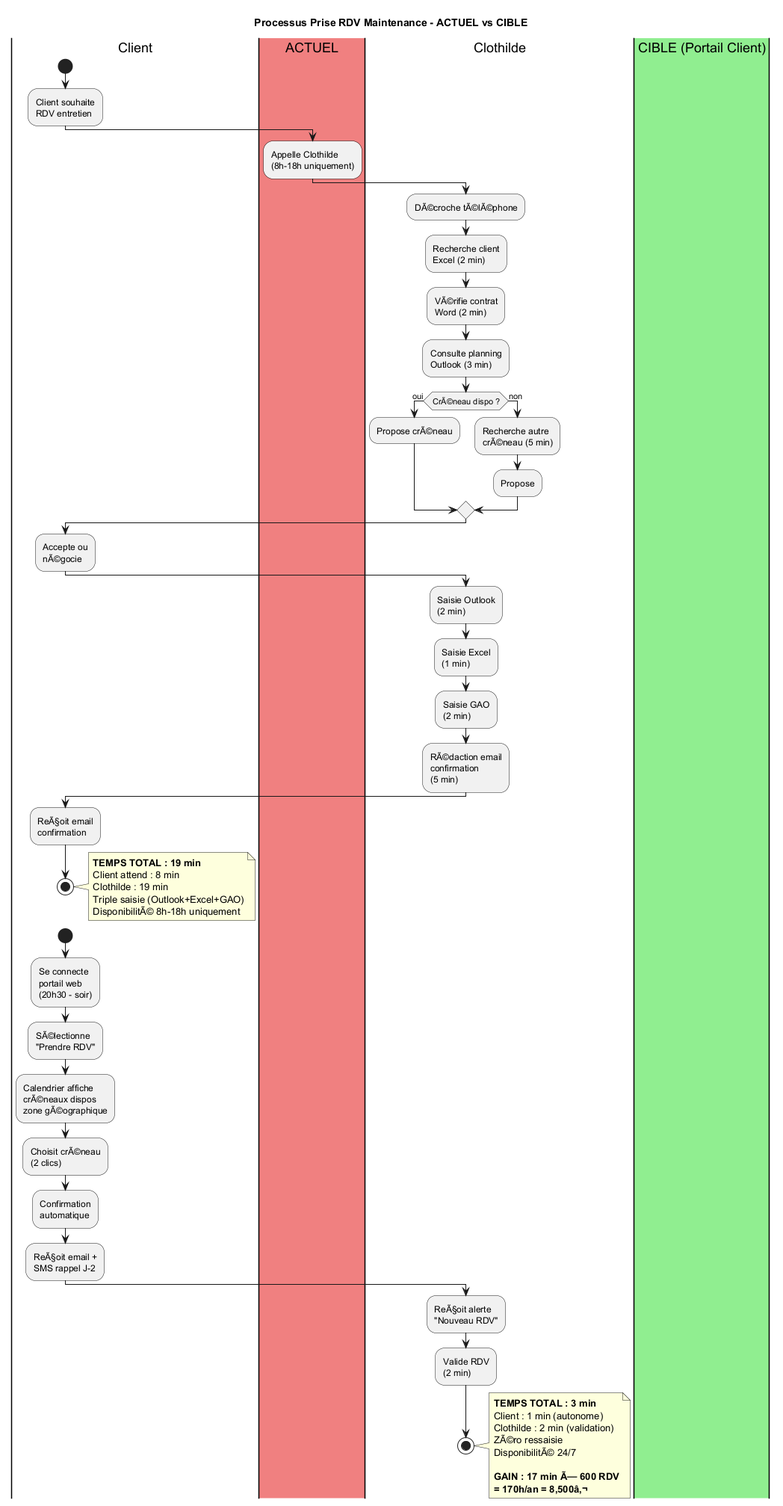
This is Maintenance-Technique/uml/Activity_Prise_RDV.png from JordanSerafini/Audit_Duret, a PlantUML export, as it was before one commit.
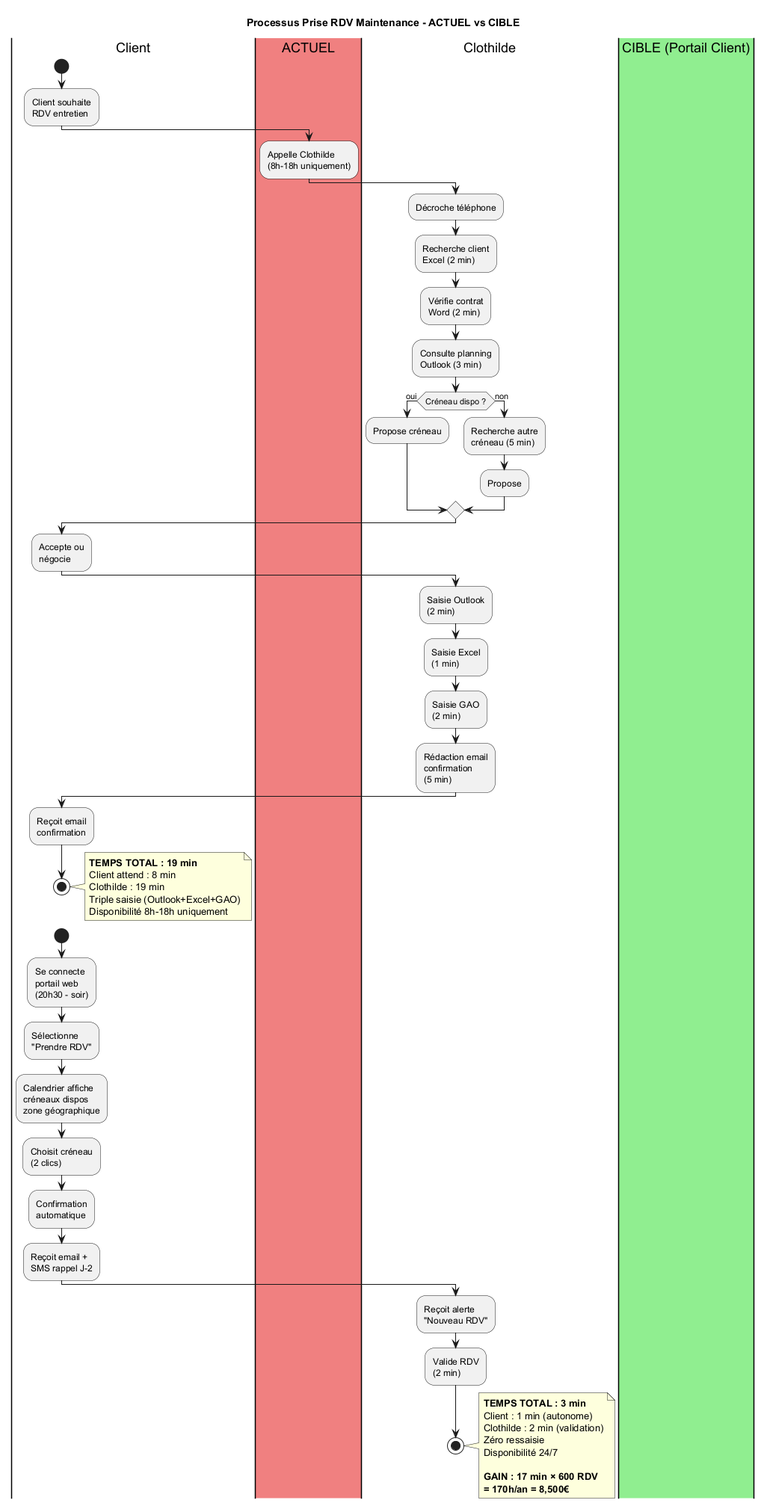
Above is the later version.

Diff of the diagram source:
```diff
@@ -10,29 +10,29 @@
 :Appelle Clothilde\n(8h-18h uniquement);
 
 |Clothilde|
-:DÃ©croche tÃ©lÃ©phone;
+:Décroche téléphone;
 :Recherche client\nExcel (2 min);
-:VÃ©rifie contrat\nWord (2 min);
+:Vérifie contrat\nWord (2 min);
 :Consulte planning\nOutlook (3 min);
 
-if (CrÃ©neau dispo ?) then (oui)
-  :Propose crÃ©neau;
+if (Créneau dispo ?) then (oui)
+  :Propose créneau;
 else (non)
-  :Recherche autre\ncrÃ©neau (5 min);
+  :Recherche autre\ncréneau (5 min);
   :Propose;
 endif
 
 |Client|
-:Accepte ou\nnÃ©gocie;
+:Accepte ou\nnégocie;
 
 |Clothilde|
 :Saisie Outlook\n(2 min);
 :Saisie Excel\n(1 min);
 :Saisie GAO\n(2 min);
-:RÃ©daction email\nconfirmation\n(5 min);
+:Rédaction email\nconfirmation\n(5 min);
 
 |Client|
-:ReÃ§oit email\nconfirmation;
+:Reçoit email\nconfirmation;
 
 stop
 
@@ -41,7 +41,7 @@
 Client attend : 8 min
 Clothilde : 19 min
 Triple saisie (Outlook+Excel+GAO)
-DisponibilitÃ© 8h-18h uniquement
+Disponibilité 8h-18h uniquement
 end note
 
 |#LightGreen|CIBLE (Portail Client)|
@@ -49,18 +49,18 @@
 start
 :Se connecte\nportail web\n(20h30 - soir);
 
-:SÃ©lectionne\n"Prendre RDV";
+:Sélectionne\n"Prendre RDV";
 
-:Calendrier affiche\ncrÃ©neaux dispos\nzone gÃ©ographique;
+:Calendrier affiche\ncréneaux dispos\nzone géographique;
 
-:Choisit crÃ©neau\n(2 clics);
+:Choisit créneau\n(2 clics);
 
 :Confirmation\nautomatique;
 
-:ReÃ§oit email +\nSMS rappel J-2;
+:Reçoit email +\nSMS rappel J-2;
 
 |Clothilde|
-:ReÃ§oit alerte\n"Nouveau RDV";
+:Reçoit alerte\n"Nouveau RDV";
 
 :Valide RDV\n(2 min);
 
@@ -70,11 +70,11 @@
 **TEMPS TOTAL : 3 min**
 Client : 1 min (autonome)
 Clothilde : 2 min (validation)
-ZÃ©ro ressaisie
-DisponibilitÃ© 24/7
+Zéro ressaisie
+Disponibilité 24/7
 
-**GAIN : 17 min Ã— 600 RDV**
-**= 170h/an = 8,500â‚¬**
+**GAIN : 17 min × 600 RDV**
+**= 170h/an = 8,500€**
 end note
 
 @enduml
```
